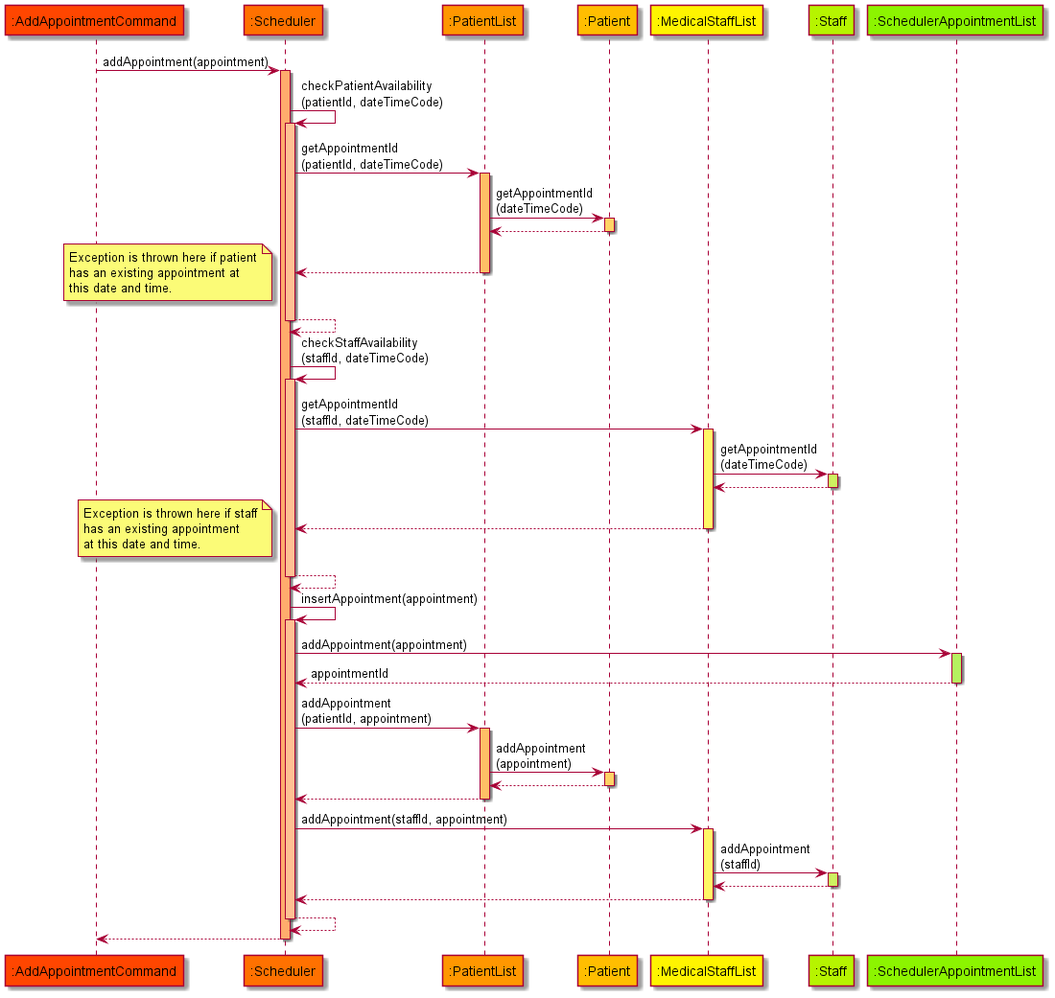
This is docs/diagrams/AddAppointmentSequenceDiagram.png from nus-cs2113-AY2122S1/tp, a PlantUML export, as it was before one commit.
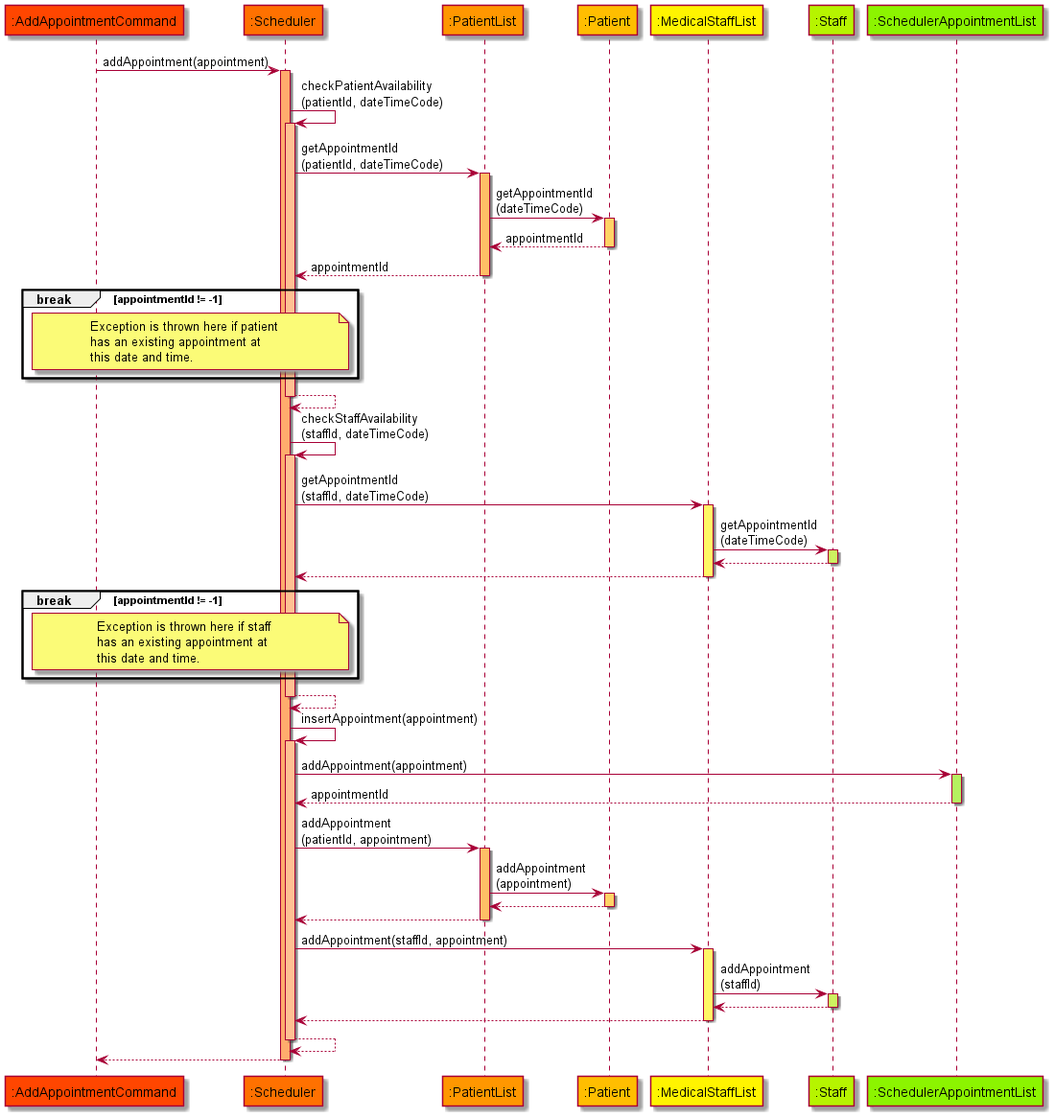
The same diagram one commit later.

Commit message:
Slight change to UML diagram

Change to the diagram source:
```diff
@@ -30,9 +30,16 @@
 scheduler -> scheduler ACTIVATION_COLOR_1a: checkPatientAvailability\n(patientId, dateTimeCode)
 scheduler -> PL ACTIVATION_COLOR_2: getAppointmentId\n(patientId, dateTimeCode)
 PL -> patient ACTIVATION_COLOR_3: getAppointmentId\n(dateTimeCode)
-patient --> PL
-PL --> scheduler
-note left: Exception is thrown here if patient\nhas an existing appointment at\nthis date and time.
+patient --> PL: appointmentId
+PL --> scheduler: appointmentId
+
+break appointmentId != -1
+note over command, scheduler
+Exception is thrown here if patient
+has an existing appointment at
+this date and time.
+end note
+end
 
 scheduler --> scheduler
 scheduler -> scheduler ACTIVATION_COLOR_1a: checkStaffAvailability\n(staffId, dateTimeCode)
@@ -40,7 +47,15 @@
 SL -> staff ACTIVATION_COLOR_5: getAppointmentId\n(dateTimeCode)
 staff --> SL
 SL --> scheduler
-note left: Exception is thrown here if staff\nhas an existing appointment\nat this date and time.
+
+break appointmentId != -1
+note over command, scheduler
+Exception is thrown here if staff
+has an existing appointment at
+this date and time.
+end note
+end
+
 scheduler --> scheduler
 scheduler -> scheduler ACTIVATION_COLOR_1a: insertAppointment(appointment)
 scheduler -> AL ACTIVATION_COLOR_6: addAppointment(appointment)
```
